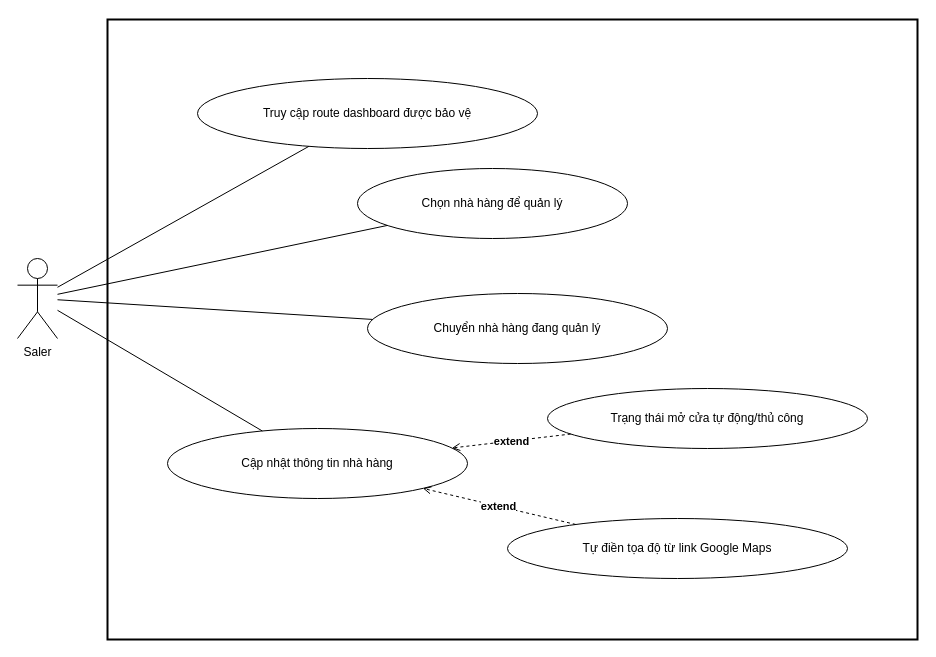
Above: page "Chi tiết - Điều hướng và Nhà hàng" (3 of 8) of docs/diagram/usecase/saler/usecase_saler.drawio in sangnp-s-organiztion/food-market-narrator (draw.io), before the change. Source tidied: cells renumbered, new cells numbered last; positions are measured from the earlier drawing's top-left corner, leaving out a move shared by most shapes. Both pictures are drawn from the tidied source at 100%, with x=0, y=0 at pixel (17, 19).
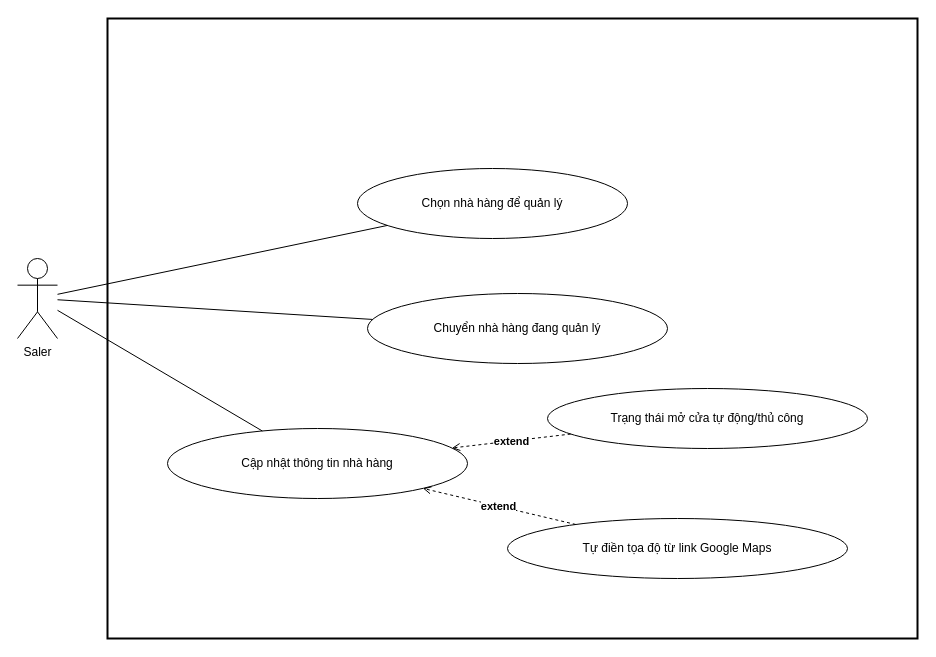
The same diagram, later.

What changed in the source:
```diff
@@
 <mxGraphModel>
   <root>
     <mxCell id="0" />
     <mxCell id="1" parent="0" />
     <mxCell id="2" value="Saler" style="shape=umlActor;verticalLabelPosition=bottom;verticalAlign=top;html=1;" parent="1" vertex="1">
       <mxGeometry y="239" width="40" height="80" as="geometry" />
     </mxCell>
     <mxCell id="3" style="rounded=0;whiteSpace=wrap;html=1;strokeWidth=2;fillColor=none;" parent="1" vertex="1">
-      <mxGeometry x="90" width="810" height="620" as="geometry" />
+      <mxGeometry x="90" y="-1" width="810" height="620" as="geometry" />
     </mxCell>
-    <mxCell id="4" value="Truy cập route dashboard được bảo vệ" style="ellipse;whiteSpace=wrap;html=1;" parent="1" vertex="1">
-      <mxGeometry x="180" y="59" width="340" height="70" as="geometry" />
-    </mxCell>
     <mxCell id="5" value="Chọn nhà hàng để quản lý" style="ellipse;whiteSpace=wrap;html=1;" parent="1" vertex="1">
       <mxGeometry x="340" y="149" width="270" height="70" as="geometry" />
     </mxCell>
     <mxCell id="6" value="Chuyển nhà hàng đang quản lý" style="ellipse;whiteSpace=wrap;html=1;" parent="1" vertex="1">
       <mxGeometry x="350" y="274" width="300" height="70" as="geometry" />
     </mxCell>
     <mxCell id="7" value="Cập nhật thông tin nhà hàng" style="ellipse;whiteSpace=wrap;html=1;" parent="1" vertex="1">
       <mxGeometry x="150" y="409" width="300" height="70" as="geometry" />
     </mxCell>
     <mxCell id="8" value="Trạng thái mở cửa tự động/thủ công" style="ellipse;whiteSpace=wrap;html=1;" parent="1" vertex="1">
       <mxGeometry x="530" y="369" width="320" height="60" as="geometry" />
     </mxCell>
     <mxCell id="9" value="Tự điền tọa độ từ link Google Maps" style="ellipse;whiteSpace=wrap;html=1;" parent="1" vertex="1">
       <mxGeometry x="490" y="499" width="340" height="60" as="geometry" />
     </mxCell>
-    <mxCell id="10" style="endArrow=none;html=1;" parent="1" edge="1" source="2" target="4">
-      <mxGeometry relative="1" as="geometry" />
-    </mxCell>
     <mxCell id="11" style="endArrow=none;html=1;" parent="1" edge="1" source="2" target="5">
       <mxGeometry relative="1" as="geometry" />
     </mxCell>
     <mxCell id="12" style="endArrow=none;html=1;" parent="1" edge="1" source="2" target="6">
       <mxGeometry relative="1" as="geometry" />
     </mxCell>
     <mxCell id="13" style="endArrow=none;html=1;" parent="1" edge="1" source="2" target="7">
       <mxGeometry relative="1" as="geometry" />
     </mxCell>
     <mxCell id="14" value="extend" style="dashed=1;endArrow=open;html=1;fontStyle=1;" parent="1" edge="1" source="8" target="7">
       <mxGeometry relative="1" as="geometry" />
     </mxCell>
     <mxCell id="15" value="extend" style="dashed=1;endArrow=open;html=1;fontStyle=1;" parent="1" edge="1" source="9" target="7">
       <mxGeometry relative="1" as="geometry" />
     </mxCell>
   </root>
 </mxGraphModel>
```
